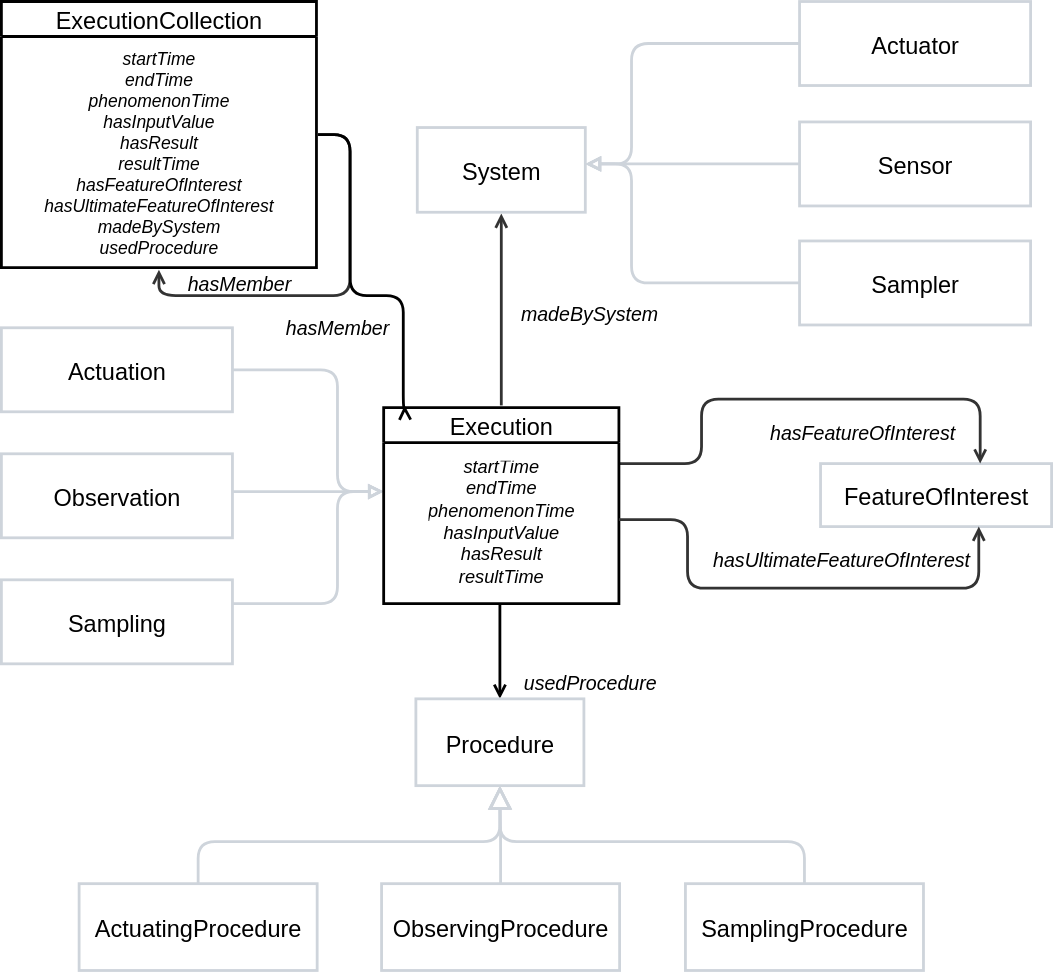
Above: ssn/images/Execution.svg in w3c/sdw-sosa-ssn (draw.io), before the change. Source tidied: cells renumbered, new cells last; positions are measured from the earlier drawing's top-left corner, leaving out a move shared by most shapes.
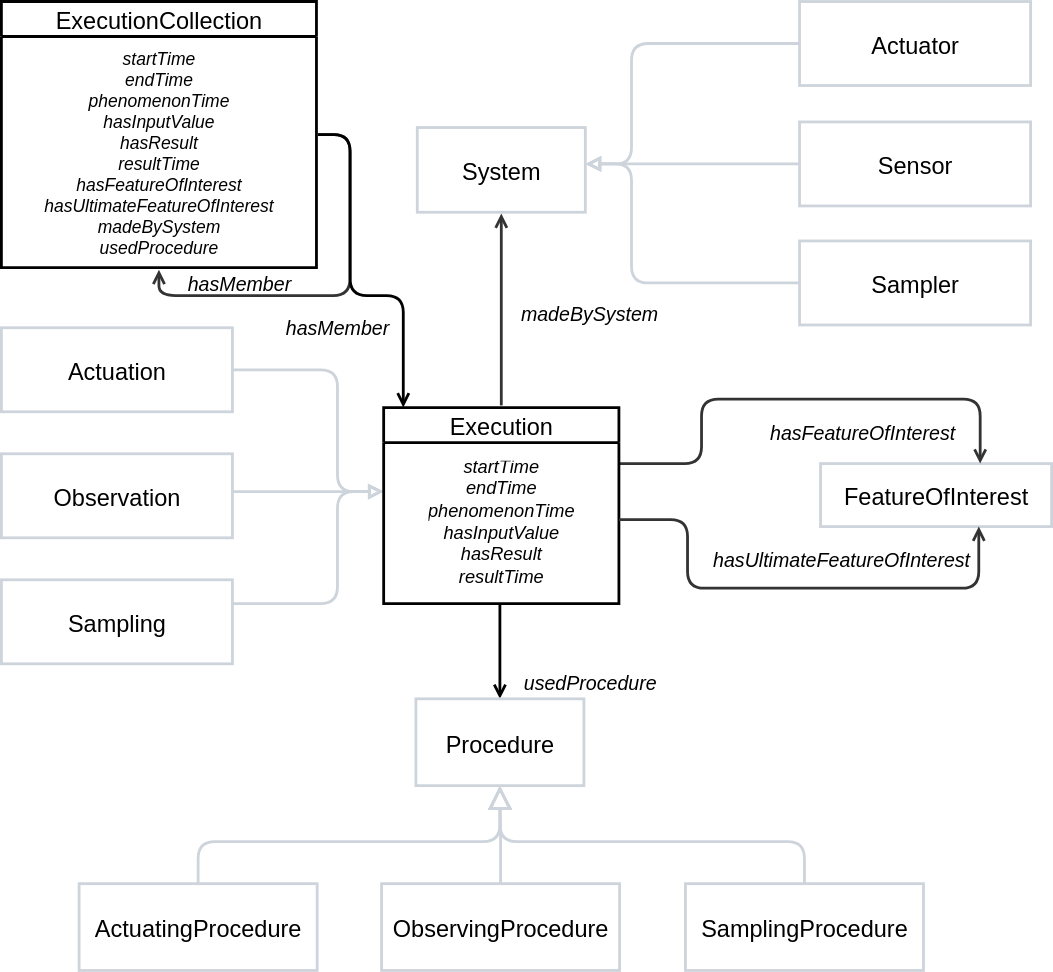
After the change.

Commit message:
Missing diagram (#549)

Change to the diagram source:
```diff
@@ -140,13 +140,12 @@
     <mxCell id="31" value="hasMember" style="html=1;overflow=block;blockSpacing=1;whiteSpace=wrap;fontSize=14;fontColor=default;fontStyle=2;align=center;spacing=0;strokeColor=none;strokeOpacity=100;fillOpacity=100;fillColor=none;strokeWidth=2;lucidId=ocVdvuRd0Ib8;convertToSvg=1;" parent="1" vertex="1">
       <mxGeometry x="80" y="178.5" width="180" height="45" as="geometry" />
     </mxCell>
-    <mxCell id="32" style="html=1;jettySize=18;whiteSpace=wrap;fontSize=13;strokeOpacity=100;strokeWidth=2;rounded=1;arcSize=24;edgeStyle=orthogonalEdgeStyle;startArrow=none;endArrow=open;exitX=1.005;exitY=0.5;exitPerimeter=0;entryX=0.089;entryY=-0.011;entryPerimeter=0;lucidId=ocVdrX8z_pHa;fontColor=default;convertToSvg=1;" parent="1" edge="1" source="27" target="14">
+    <mxCell id="32" style="html=1;jettySize=18;whiteSpace=wrap;fontSize=13;strokeOpacity=100;strokeWidth=2;rounded=1;arcSize=24;edgeStyle=orthogonalEdgeStyle;startArrow=none;endArrow=open;exitX=1.005;exitY=0.5;exitPerimeter=0;lucidId=ocVdrX8z_pHa;fontColor=default;convertToSvg=1;" parent="1" edge="1" source="27" target="14">
       <mxGeometry relative="1" as="geometry">
         <Array as="points">
           <mxPoint x="249" y="95" />
           <mxPoint x="249" y="210" />
           <mxPoint x="287" y="210" />
-          <mxPoint x="287" y="290" />
         </Array>
       </mxGeometry>
     </mxCell>
```
